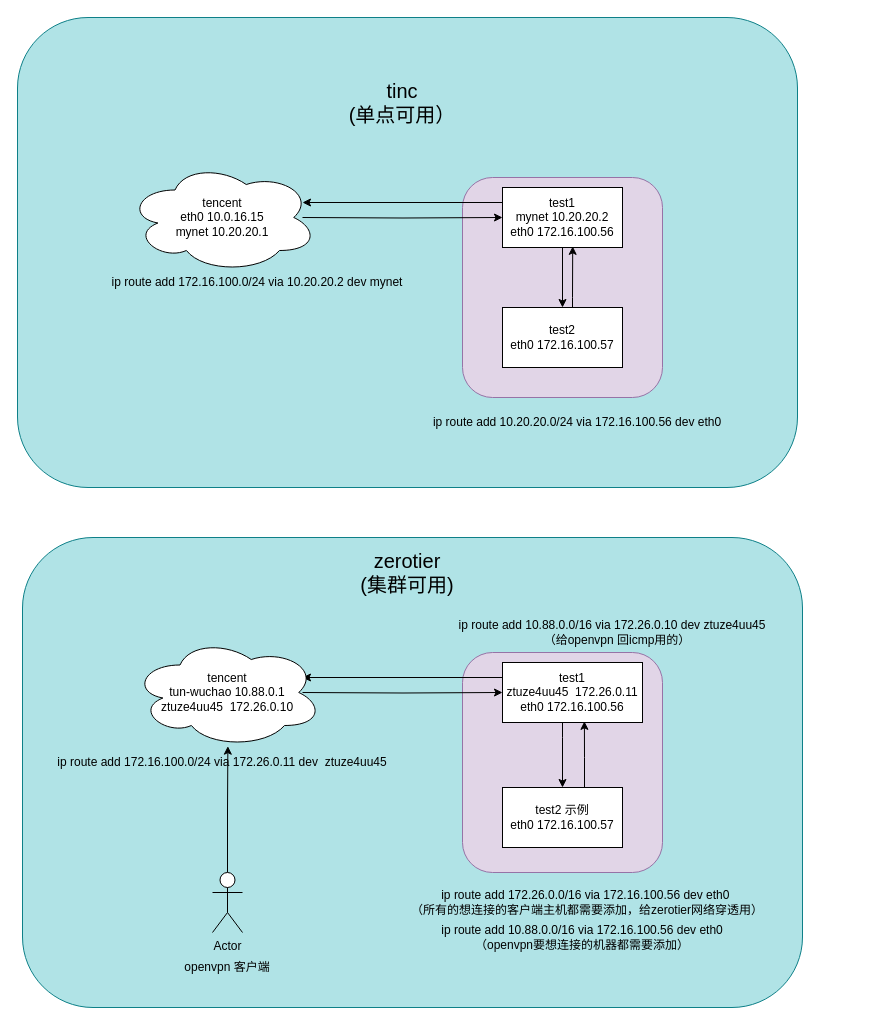
The draw.io diagram mynetwork.drawio in UniqWc/draw, before the edit. Source tidied: cells renumbered, new cells numbered last; positions are measured from the earlier drawing's top-left corner, leaving out a move shared by most shapes. Both pictures are drawn from the tidied source at 100%, with x=0, y=0 at pixel (17, 17).
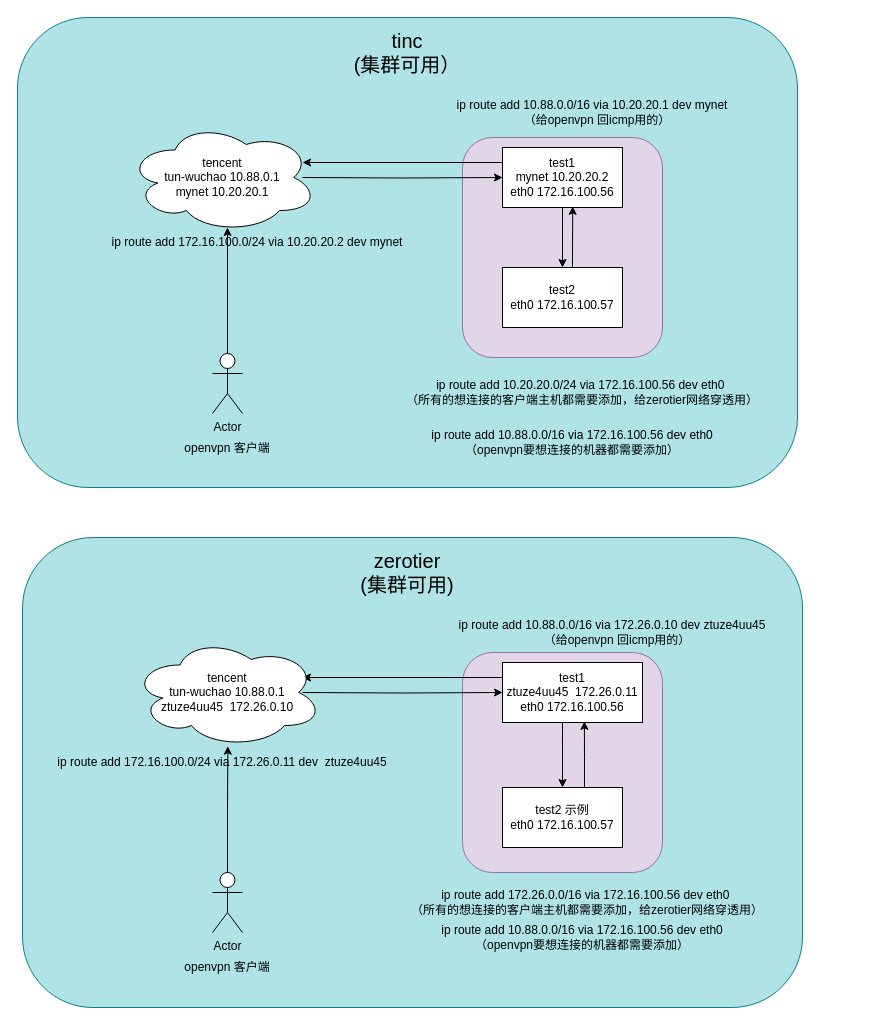
The same page after the edit.

Diff of the diagram source:
```diff
@@
     <mxCell id="4" style="rounded=1;whiteSpace=wrap;html=1;fillColor=#e1d5e7;strokeColor=#9673a6;" parent="1" vertex="1">
-      <mxGeometry x="445" y="160" width="200" height="220" as="geometry" />
+      <mxGeometry x="445" y="120" width="200" height="220" as="geometry" />
     </mxCell>
     <mxCell id="5" style="edgeStyle=orthogonalEdgeStyle;rounded=0;jettySize=auto;html=1;entryX=0.585;entryY=0.981;entryDx=0;entryDy=0;entryPerimeter=0;" parent="1" edge="1" source="6" target="9">
       <mxGeometry relative="1" as="geometry">
         <Array as="points">
-          <mxPoint x="555" y="280" />
-          <mxPoint x="555" y="280" />
+          <mxPoint x="555" y="240" />
+          <mxPoint x="555" y="240" />
         </Array>
       </mxGeometry>
     </mxCell>
     <mxCell id="6" value="test2&lt;br&gt;eth0 172.16.100.57" style="rounded=0;whiteSpace=wrap;html=1;" parent="1" vertex="1">
-      <mxGeometry x="485" y="290" width="120" height="60" as="geometry" />
+      <mxGeometry x="485" y="250" width="120" height="60" as="geometry" />
     </mxCell>
@@
     <mxCell id="8" style="edgeStyle=orthogonalEdgeStyle;rounded=0;jettySize=auto;html=1;exitX=0;exitY=0.25;exitDx=0;exitDy=0;entryX=1;entryY=0.25;entryDx=0;entryDy=0;" parent="1" edge="1" source="9">
       <mxGeometry relative="1" as="geometry">
-        <mxPoint x="285" y="185" as="targetPoint" />
+        <mxPoint x="285" y="145" as="targetPoint" />
       </mxGeometry>
     </mxCell>
     <mxCell id="9" value="test1&lt;br&gt;mynet 10.20.20.2&lt;br&gt;eth0 172.16.100.56" style="rounded=0;whiteSpace=wrap;html=1;" parent="1" vertex="1">
-      <mxGeometry x="485" y="170" width="120" height="60" as="geometry" />
+      <mxGeometry x="485" y="130" width="120" height="60" as="geometry" />
     </mxCell>
     <mxCell id="10" style="edgeStyle=orthogonalEdgeStyle;rounded=0;jettySize=auto;html=1;entryX=0;entryY=0.5;entryDx=0;entryDy=0;" parent="1" edge="1" target="9">
       <mxGeometry relative="1" as="geometry">
-        <mxPoint x="285" y="200" as="sourcePoint" />
+        <mxPoint x="285" y="160" as="sourcePoint" />
       </mxGeometry>
     </mxCell>
     <mxCell id="11" value="ip route add 172.16.100.0/24 via 10.20.20.2 dev mynet" style="text;html=1;strokeColor=none;fillColor=none;align=center;verticalAlign=middle;whiteSpace=wrap;rounded=0;" parent="1" vertex="1">
-      <mxGeometry x="65" y="250" width="350" height="30" as="geometry" />
+      <mxGeometry x="65" y="210" width="350" height="30" as="geometry" />
     </mxCell>
-    <mxCell id="12" value="ip route add 10.20.20.0/24 via 172.16.100.56 dev eth0" style="text;html=1;strokeColor=none;fillColor=none;align=center;verticalAlign=middle;whiteSpace=wrap;rounded=0;" parent="1" vertex="1">
-      <mxGeometry x="375" y="390" width="370" height="30" as="geometry" />
-    </mxCell>
@@
-    <mxCell id="22" value="&lt;font style=&quot;font-size: 20px;&quot;&gt;tinc&lt;br&gt;(单点可用）&lt;br&gt;&lt;/font&gt;" style="text;html=1;strokeColor=none;fillColor=none;align=center;verticalAlign=middle;whiteSpace=wrap;rounded=0;" parent="1" vertex="1">
-      <mxGeometry x="325" y="70" width="120" height="30" as="geometry" />
+    <mxCell id="22" value="&lt;font style=&quot;font-size: 20px;&quot;&gt;tinc&lt;br&gt;(集群可用）&lt;br&gt;&lt;/font&gt;" style="text;html=1;strokeColor=none;fillColor=none;align=center;verticalAlign=middle;whiteSpace=wrap;rounded=0;" parent="1" vertex="1">
+      <mxGeometry x="330" y="20" width="120" height="30" as="geometry" />
     </mxCell>
@@
-    <mxCell id="29" value="tencent&lt;br style=&quot;border-color: var(--border-color);&quot;&gt;eth0 10.0.16.15&lt;br style=&quot;border-color: var(--border-color);&quot;&gt;mynet 10.20.20.1" style="ellipse;shape=cloud;whiteSpace=wrap;html=1;" parent="1" vertex="1">
-      <mxGeometry x="110" y="145" width="190" height="110" as="geometry" />
+    <mxCell id="29" value="tencent&lt;br style=&quot;border-color: var(--border-color);&quot;&gt;tun-wuchao 10.88.0.1&lt;br style=&quot;border-color: var(--border-color);&quot;&gt;mynet 10.20.20.1" style="ellipse;shape=cloud;whiteSpace=wrap;html=1;" parent="1" vertex="1">
+      <mxGeometry x="110" y="105" width="190" height="110" as="geometry" />
     </mxCell>
@@
+    <mxCell id="31" value="&lt;div&gt;ip route add 10.88.0.0/16 via 10.20.20.1 dev mynet&amp;nbsp; &amp;nbsp;&lt;/div&gt;（给openvpn 回icmp用的）" style="text;html=1;strokeColor=none;fillColor=none;align=center;verticalAlign=middle;whiteSpace=wrap;rounded=0;" parent="1" vertex="1">
+      <mxGeometry x="365" y="80" width="430" height="30" as="geometry" />
+    </mxCell>
+    <mxCell id="32" value="&lt;div&gt;ip route add 10.20.20.0/24 via 172.16.100.56 dev eth0&amp;nbsp;&lt;/div&gt;（所有的想连接的客户端主机都需要添加，给zerotier网络穿透用）" style="text;html=1;strokeColor=none;fillColor=none;align=center;verticalAlign=middle;whiteSpace=wrap;rounded=0;" parent="1" vertex="1">
+      <mxGeometry x="280" y="360" width="570" height="30" as="geometry" />
+    </mxCell>
+    <mxCell id="33" value="ip route add 10.88.0.0/16 via 172.16.100.56 dev eth0&lt;br&gt;（openvpn要想连接的机器都需要添加）" style="text;html=1;strokeColor=none;fillColor=none;align=center;verticalAlign=middle;whiteSpace=wrap;rounded=0;" parent="1" vertex="1">
+      <mxGeometry x="340" y="410" width="430" height="30" as="geometry" />
+    </mxCell>
+    <mxCell id="34" style="edgeStyle=orthogonalEdgeStyle;rounded=0;orthogonalLoop=1;jettySize=auto;html=1;exitX=0.5;exitY=1;exitDx=0;exitDy=0;" parent="1" edge="1" source="33" target="33">
+      <mxGeometry relative="1" as="geometry" />
+    </mxCell>
+    <mxCell id="35" style="edgeStyle=orthogonalEdgeStyle;rounded=0;jettySize=auto;html=1;entryX=0.502;entryY=0.988;entryDx=0;entryDy=0;entryPerimeter=0;" parent="1" edge="1" source="36">
+      <mxGeometry relative="1" as="geometry">
+        <mxPoint x="210" y="210" as="targetPoint" />
+      </mxGeometry>
+    </mxCell>
+    <mxCell id="36" value="Actor" style="shape=umlActor;verticalLabelPosition=bottom;verticalAlign=top;html=1;outlineConnect=0;" parent="1" vertex="1">
+      <mxGeometry x="195" y="336" width="30" height="60" as="geometry" />
+    </mxCell>
+    <mxCell id="37" value="openvpn 客户端" style="text;html=1;strokeColor=none;fillColor=none;align=center;verticalAlign=middle;whiteSpace=wrap;rounded=0;" parent="1" vertex="1">
+      <mxGeometry x="150" y="416" width="120" height="30" as="geometry" />
+    </mxCell>
```
